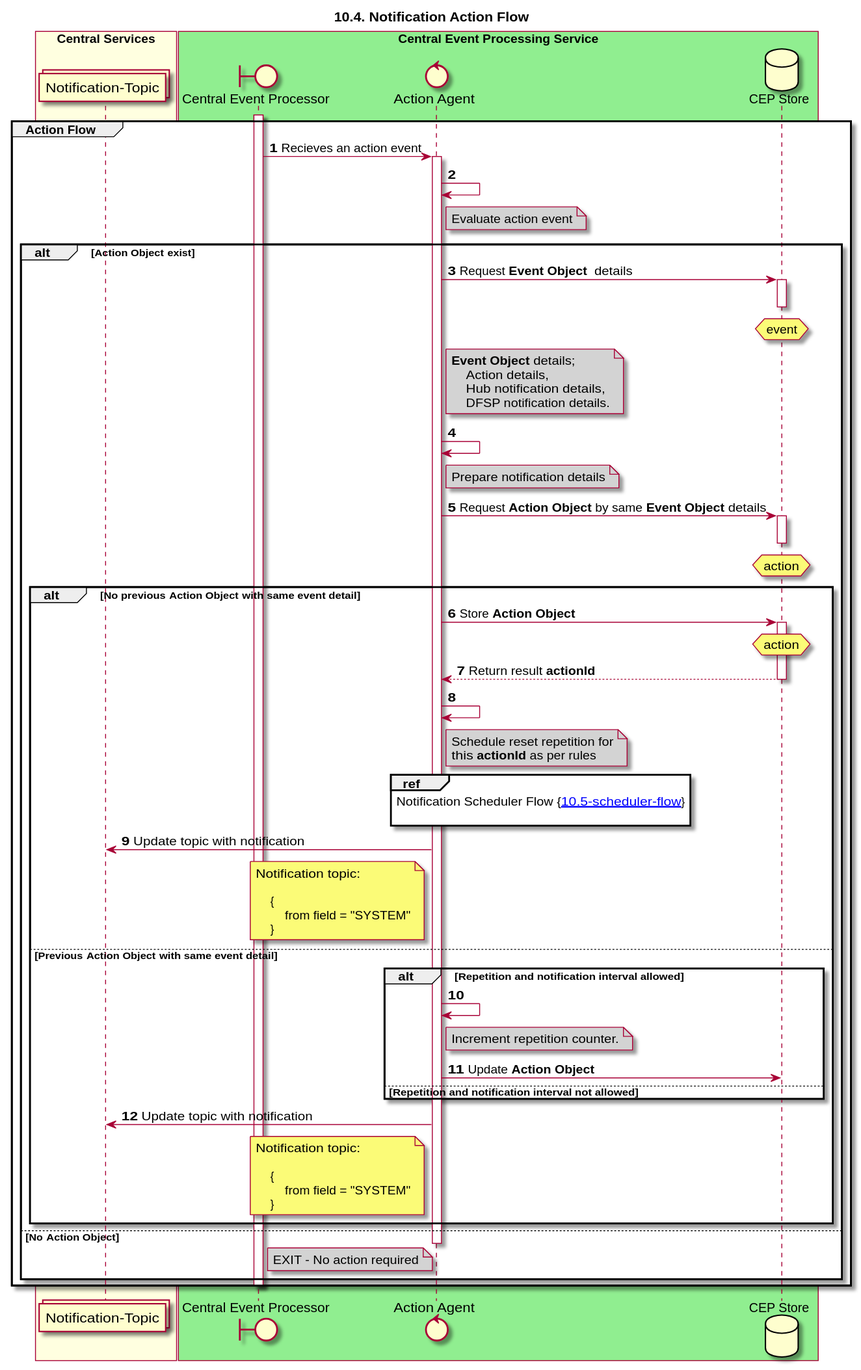
mojaloop/central-event-processor keeps this PlantUML diagram as docs/sequenceDiagrams/seq-cep-10.4-action-flow.svg. Above is the earlier version.
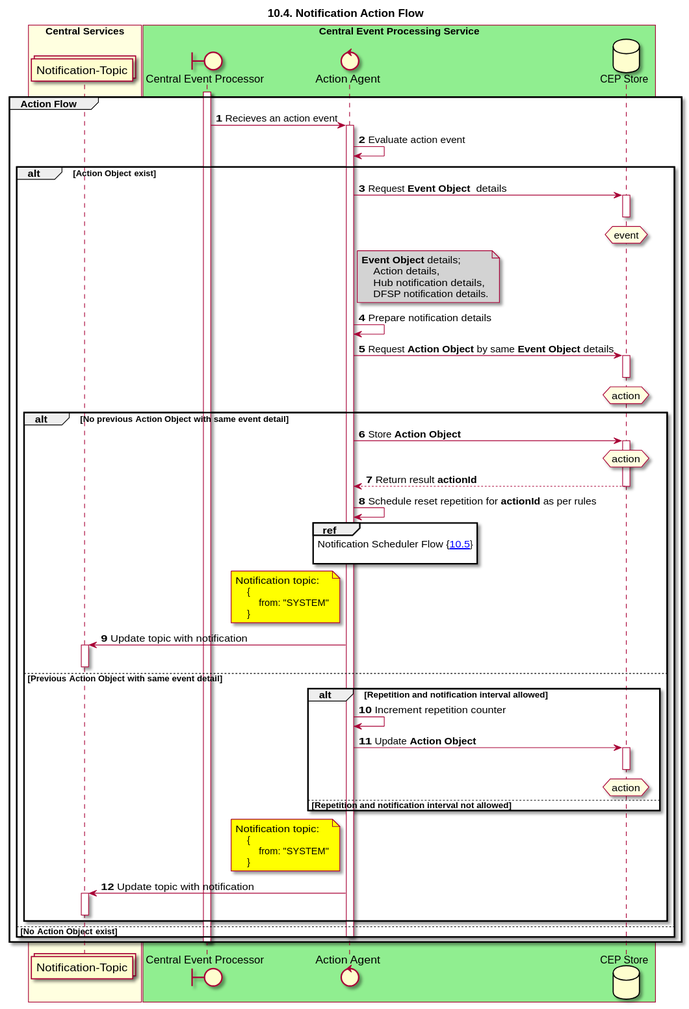
Later version of the same file.

Change to the diagram source:
```diff
@@ -20,16 +20,13 @@
     activate CEP
     CEP -> AA: Recieves an action event
     activate AA
-    AA -> AA
-    note right of AA #lightGrey
-        Evaluate action event
-    end note
+    AA -> AA: Evaluate action event
 
     alt **Action Object** exist
         AA -> DB: Request **Event Object**  details
         activate DB
         deactivate DB
-        hnote over DB
+        hnote over DB #LightYellow
             event
         end hnote
         note right of AA #LightGrey
@@ -38,66 +35,57 @@
                 Hub notification details,
                 DFSP notification details.
         end note
-        AA -> AA
-        note right of AA #LightGrey
-            Prepare notification details
-        end note
+        AA -> AA: Prepare notification details
         AA -> DB: Request **Action Object** by same **Event Object** details
         activate DB
         deactivate DB
-        hnote over DB
+        hnote over DB #LightYellow
             action
         end hnote
 
         alt No previous **Action Object** with same event detail
             AA -> DB: Store **Action Object**
             activate DB
-            hnote over DB
+            hnote over DB #LightYellow
                 action
             end hnote
             AA <-- DB: Return result **actionId**
             deactivate DB
-            AA -> AA
-            note right of AA #LightGrey
-                Schedule reset repetition for
-                this **actionId** as per rules
-            end note
-            ref over AA :  Notification Scheduler Flow {[[https://github.com/mojaloop/central-event-processor/tree/master/docs/sequenceDiagrams/seq-cep-10.5-scheduler-flow.svg 10.5-scheduler-flow]]} \n
-
-            topicNotify <- AA: Update topic with notification
-            note left of AA
+            AA -> AA: Schedule reset repetition for **actionId** as per rules
+            ref over AA :  Notification Scheduler Flow {[[https://github.com/mojaloop/central-event-processor/tree/master/docs/sequenceDiagrams/seq-cep-10.5-scheduler-flow.svg 10.5]]} \n
+            note left of AA #yellow
                 Notification topic:
-
                     {
-                        from field = "SYSTEM"
+                        from: "SYSTEM"
                     }
             end note
+            topicNotify <- AA: Update topic with notification
+            activate topicNotify
+            deactivate topicNotify
         else Previous **Action Object** with same event detail
 
             alt Repetition and notification interval allowed
-                AA -> AA
-                note right of AA #LightGrey
-                    Increment repetition counter.
-                end note
-            AA -> DB: Update **Action Object**
+                AA -> AA: Increment repetition counter
+                AA -> DB: Update **Action Object**
+                activate DB
+                hnote over DB #LightYellow
+                    action
+                end hnote
+                deactivate DB
             else Repetition and notification interval not allowed
             end
-            activate DB
-            deactivate DB
-            topicNotify <- AA: Update topic with notification
-            note left of AA
+            note left of AA #yellow
                 Notification topic:
-
                     {
-                        from field = "SYSTEM"
+                        from: "SYSTEM"
                     }
             end note
+            topicNotify <- AA: Update topic with notification
+            activate topicNotify
+            deactivate topicNotify
         end
-    else No **Action Object**
+    else No **Action Object** exist
     deactivate AA
-    note right of CEP #LightGrey
-        EXIT - No action required
-    end note
     end
     deactivate CEP
 end
```
